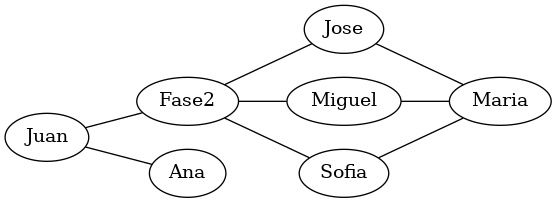
Above: Fase2/SocialStructure/salida/graph_friends.png in lurdesss/-EDD-Proyecto_202103763 (Graphviz), before the change. Its source is kept beside it as Fase2/SocialStructure/salida/graph_friends.dot.
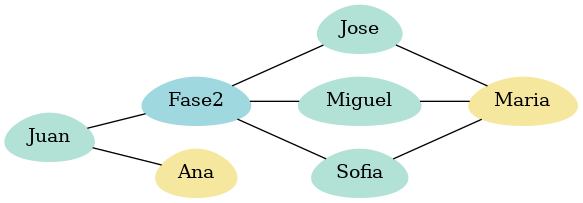
Later version of the same file.

Diff of the diagram source:
```diff
@@ -1,11 +1,23 @@
 graph G{
 rankdir=LR;
+Fase2 [color="#A0D8E0", fontcolor="black", style="filled", shape="egg"];
 Fase2 -- Jose;
+Jose [color="#B2E1D6", fontcolor="black", style="filled", shape="egg"];
 Fase2 -- Miguel;
+Miguel [color="#B2E1D6", fontcolor="black", style="filled", shape="egg"];
 Fase2 -- Sofia;
+Sofia [color="#B2E1D6", fontcolor="black", style="filled", shape="egg"];
 Juan -- Fase2;
+Juan [color="#B2E1D6", fontcolor="black", style="filled", shape="egg"];
 Juan -- Ana;
+Ana [color="#F6E79E", fontcolor="black", style="filled", shape="egg"];
+Jose [color="#B2E1D6", fontcolor="black", style="filled", shape="egg"];
 Jose -- Maria;
+Maria [color="#F6E79E", fontcolor="black", style="filled", shape="egg"];
+Miguel [color="#B2E1D6", fontcolor="black", style="filled", shape="egg"];
 Miguel -- Maria;
+Maria [color="#F6E79E", fontcolor="black", style="filled", shape="egg"];
+Sofia [color="#B2E1D6", fontcolor="black", style="filled", shape="egg"];
 Sofia -- Maria;
+Maria [color="#F6E79E", fontcolor="black", style="filled", shape="egg"];
 }
```
